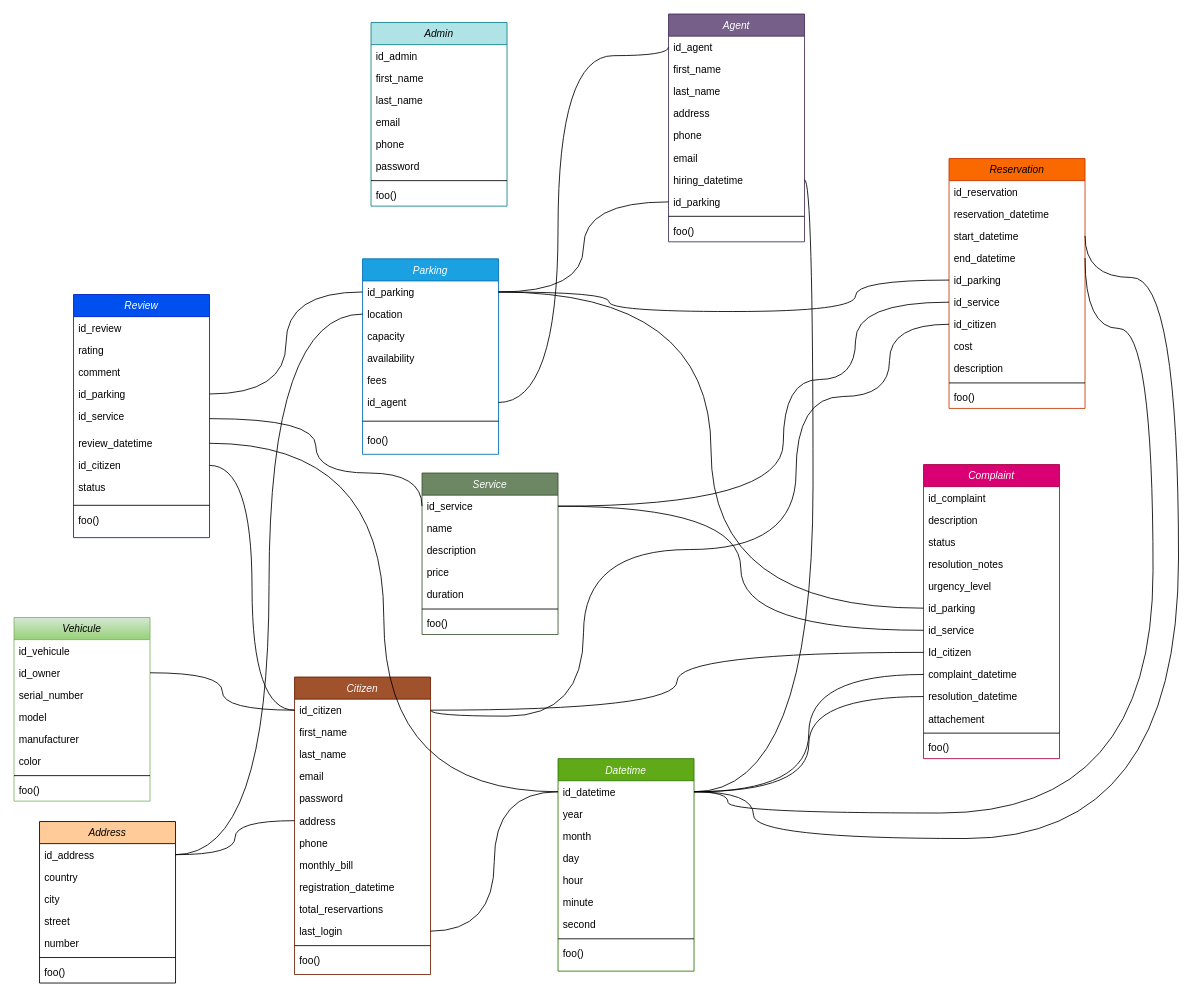
Above: docs/DB_diagram.drawio in anomaly1095/parky (draw.io), before the change. Source tidied: cells renumbered, new cells numbered last; positions are measured from the earlier drawing's top-left corner, leaving out a move shared by most shapes. Both pictures are drawn from the tidied source at 85%, with x=0, y=0 at pixel (14, 14).
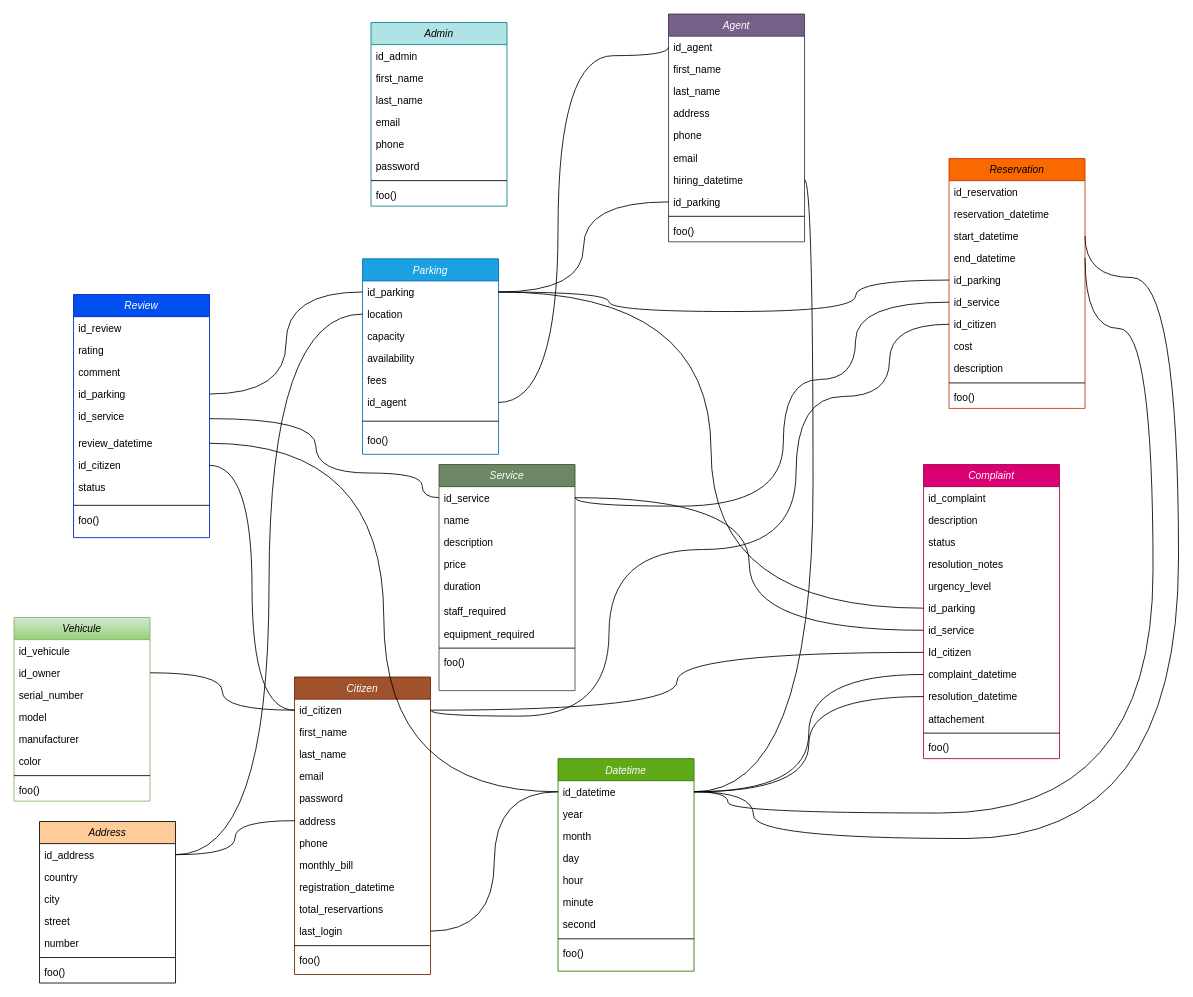
The same diagram, later.

Commit message:
Mettre à jour DB_diagram.drawio

The change refers to these unchanged cells:
```xml
<mxCell id="55" value="id_citizen" style="text;align=left;verticalAlign=top;spacingLeft=4;spacingRight=4;overflow=hidden;points=[[0,0.5],[1,0.5]];portConstraint=eastwest;" parent="54" vertex="1">
  <mxGeometry y="26" width="160" height="26" as="geometry" />
</mxCell>
<mxCell id="112" value="id_citizen" style="text;align=left;verticalAlign=top;spacingLeft=4;spacingRight=4;overflow=hidden;points=[[0,0.5],[1,0.5]];portConstraint=eastwest;" parent="105" vertex="1">
  <mxGeometry y="182" width="160" height="26" as="geometry" />
</mxCell>
```

Change to the diagram source:
```diff
@@
     <mxCell id="88" value="Service" style="swimlane;fontStyle=2;align=center;verticalAlign=top;horizontal=1;startSize=26;rounded=0;shadow=0;strokeWidth=1;fillColor=#6d8764;fontColor=#ffffff;strokeColor=#3A5431;" parent="1" vertex="1">
-      <mxGeometry x="480" y="540" width="160" height="190" as="geometry" />
+      <mxGeometry x="500" y="530" width="160" height="266" as="geometry" />
     </mxCell>
@@
     <mxCell id="93" value="duration" style="text;align=left;verticalAlign=top;spacingLeft=4;spacingRight=4;overflow=hidden;" parent="88" vertex="1">
-      <mxGeometry y="130" width="160" height="26" as="geometry" />
+      <mxGeometry y="130" width="160" height="30" as="geometry" />
     </mxCell>
+    <mxCell id="138" value="staff_required" style="text;align=left;verticalAlign=top;spacingLeft=4;spacingRight=4;overflow=hidden;" parent="88" vertex="1">
+      <mxGeometry y="160" width="160" height="26" as="geometry" />
+    </mxCell>
+    <mxCell id="139" value="equipment_required" style="text;align=left;verticalAlign=top;spacingLeft=4;spacingRight=4;overflow=hidden;" parent="88" vertex="1">
+      <mxGeometry y="186" width="160" height="26" as="geometry" />
+    </mxCell>
     <mxCell id="94" style="line;html=1;strokeWidth=1;align=left;verticalAlign=middle;spacingTop=-1;spacingLeft=3;spacingRight=3;labelPosition=right;" parent="88" vertex="1">
-      <mxGeometry y="156" width="160" height="8" as="geometry" />
+      <mxGeometry y="212" width="160" height="8" as="geometry" />
     </mxCell>
     <mxCell id="95" value="foo()" style="text;align=left;verticalAlign=top;spacingLeft=4;spacingRight=4;overflow=hidden;" parent="88" vertex="1">
-      <mxGeometry y="164" width="160" height="26" as="geometry" />
+      <mxGeometry y="220" width="160" height="46" as="geometry" />
     </mxCell>
@@
     <mxCell id="133" style="endArrow=none;html=1;rounded=0;entryX=0;entryY=0.5;entryDx=0;entryDy=0;edgeStyle=orthogonalEdgeStyle;curved=1;exitX=1;exitY=0.5;exitDx=0;exitDy=0;" parent="1" edge="1" source="55" target="112">
       <mxGeometry relative="1" as="geometry">
         <Array as="points">
           <mxPoint x="490" y="826" />
-          <mxPoint x="670" y="826" />
-          <mxPoint x="670" y="630" />
+          <mxPoint x="700" y="826" />
+          <mxPoint x="700" y="630" />
           <mxPoint x="920" y="630" />
           <mxPoint x="920" y="450" />
           <mxPoint x="1030" y="450" />
           <mxPoint x="1030" y="365" />
         </Array>
       </mxGeometry>
     </mxCell>
```
